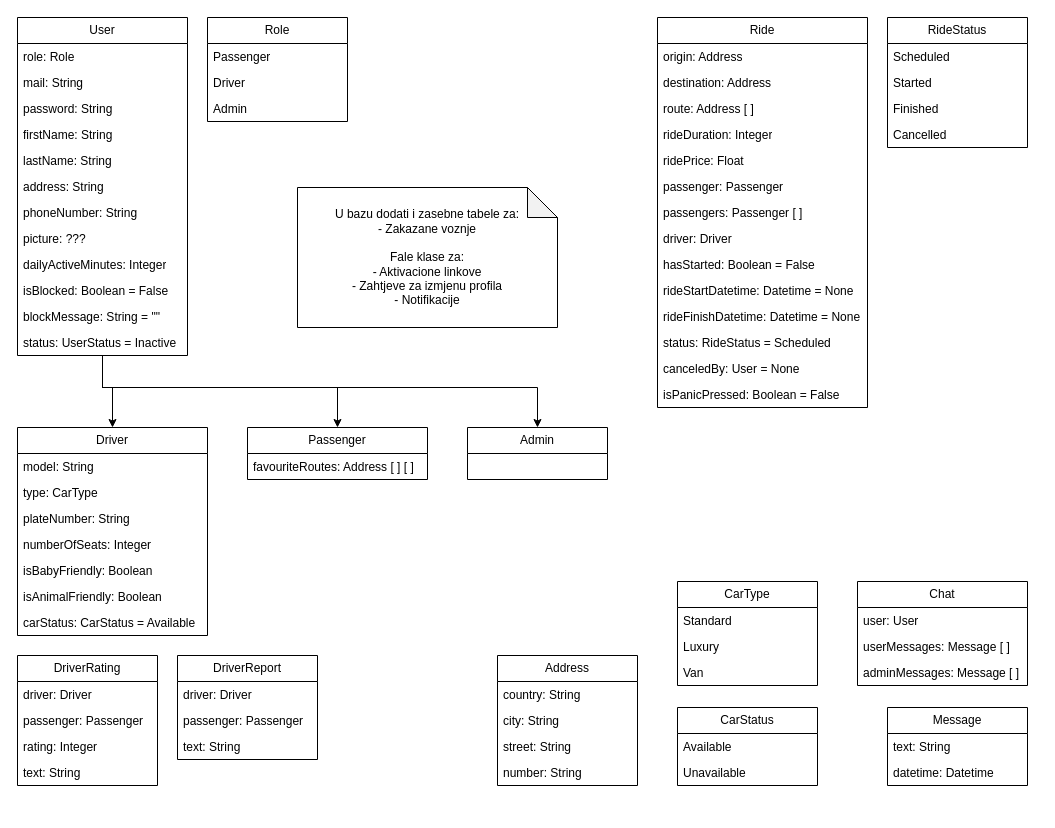
Earlier version of the draw.io diagram diagram/diagram.drawio (SirBoi/mobile-applications-project-2025). Source tidied: cells renumbered, new cells numbered last; positions are measured from the earlier drawing's top-left corner, leaving out a move shared by most shapes. Both pictures are drawn from the tidied source at 100%, with x=0, y=0 at pixel (17, 17).
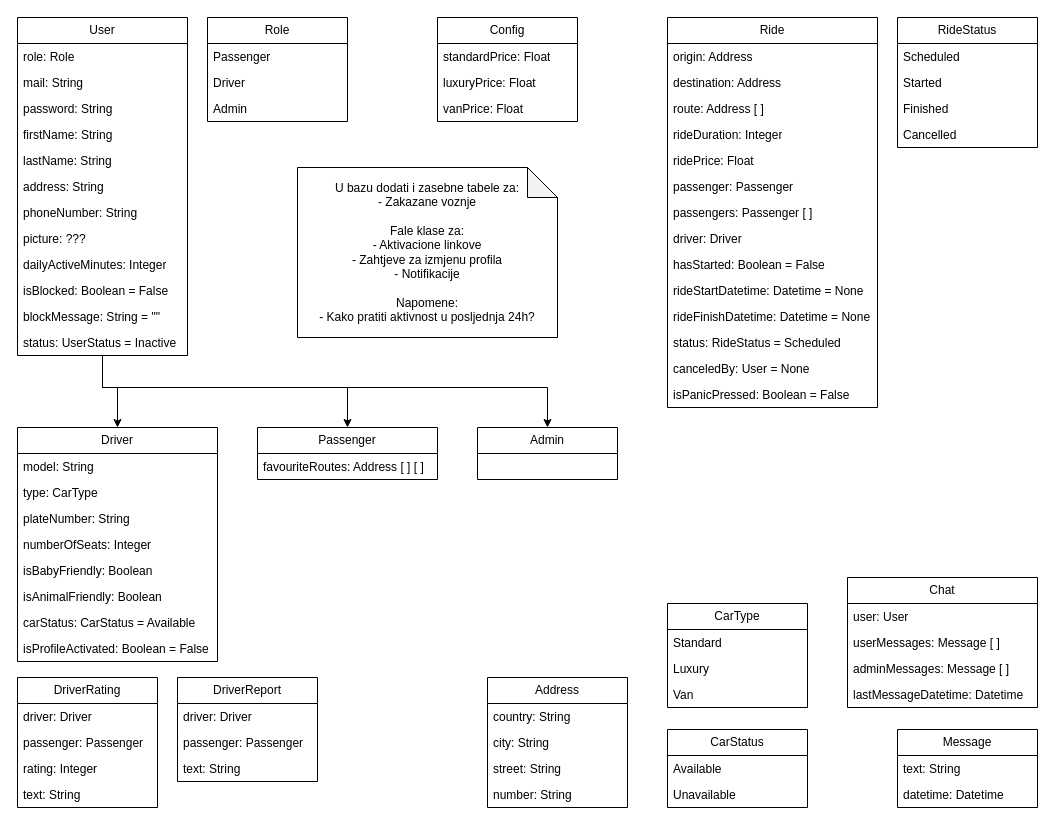
The same page after the edit.

Commit message (it also covers changes not shown here):
Updated UML diagram.

Unchanged cells that the change refers to:
```xml
<mxCell id="5" value="User" style="swimlane;fontStyle=0;horizontal=1;startSize=26;fillColor=none;whiteSpace=wrap;html=1;" parent="1" vertex="1">
  <mxGeometry width="170" height="338" as="geometry" />
</mxCell>
```

What changed in the source:
```diff
@@
     <mxCell id="3" style="edgeStyle=orthogonalEdgeStyle;rounded=0;jettySize=auto;html=1;entryX=0.5;entryY=0;entryDx=0;entryDy=0;exitX=0.5;exitY=1;exitDx=0;exitDy=0;" parent="1" edge="1" source="5" target="70">
       <mxGeometry relative="1" as="geometry">
         <Array as="points">
           <mxPoint x="85" y="370" />
-          <mxPoint x="95" y="370" />
+          <mxPoint x="100" y="370" />
         </Array>
       </mxGeometry>
     </mxCell>
     <mxCell id="4" style="edgeStyle=orthogonalEdgeStyle;rounded=0;jettySize=auto;html=1;exitX=0.5;exitY=1;exitDx=0;exitDy=0;entryX=0.5;entryY=0;entryDx=0;entryDy=0;" parent="1" edge="1" source="5" target="81">
       <mxGeometry relative="1" as="geometry">
         <Array as="points">
           <mxPoint x="85" y="370" />
-          <mxPoint x="520" y="370" />
+          <mxPoint x="530" y="370" />
         </Array>
       </mxGeometry>
     </mxCell>
@@
     <mxCell id="18" value="Ride" style="swimlane;fontStyle=0;horizontal=1;startSize=26;fillColor=none;whiteSpace=wrap;html=1;" parent="1" vertex="1">
-      <mxGeometry x="640" width="210" height="390" as="geometry" />
+      <mxGeometry x="650" width="210" height="390" as="geometry" />
     </mxCell>
@@
     <mxCell id="33" value="DriverReport" style="swimlane;fontStyle=0;horizontal=1;startSize=26;fillColor=none;whiteSpace=wrap;html=1;" parent="1" vertex="1">
-      <mxGeometry x="160" y="638" width="140" height="104" as="geometry" />
+      <mxGeometry x="160" y="660" width="140" height="104" as="geometry" />
     </mxCell>
@@
     <mxCell id="37" value="DriverRating" style="swimlane;fontStyle=0;horizontal=1;startSize=26;fillColor=none;whiteSpace=wrap;html=1;" parent="1" vertex="1">
-      <mxGeometry y="638" width="140" height="130" as="geometry" />
+      <mxGeometry y="660" width="140" height="130" as="geometry" />
     </mxCell>
@@
     <mxCell id="42" value="Chat" style="swimlane;fontStyle=0;horizontal=1;startSize=26;fillColor=none;whiteSpace=wrap;html=1;" parent="1" vertex="1">
-      <mxGeometry x="840" y="564" width="170" height="104" as="geometry" />
+      <mxGeometry x="830" y="560" width="190" height="130" as="geometry" />
     </mxCell>
     <mxCell id="43" value="user: User" style="text;strokeColor=none;fillColor=none;align=left;verticalAlign=top;spacingLeft=4;spacingRight=4;overflow=hidden;whiteSpace=wrap;html=1;" parent="42" vertex="1">
-      <mxGeometry y="26" width="170" height="26" as="geometry" />
+      <mxGeometry y="26" width="190" height="26" as="geometry" />
     </mxCell>
     <mxCell id="44" value="userMessages: Message [ ]" style="text;strokeColor=none;fillColor=none;align=left;verticalAlign=top;spacingLeft=4;spacingRight=4;overflow=hidden;whiteSpace=wrap;html=1;" parent="42" vertex="1">
-      <mxGeometry y="52" width="170" height="26" as="geometry" />
+      <mxGeometry y="52" width="190" height="26" as="geometry" />
     </mxCell>
     <mxCell id="45" value="adminMessages: Message [ ]" style="text;strokeColor=none;fillColor=none;align=left;verticalAlign=top;spacingLeft=4;spacingRight=4;overflow=hidden;whiteSpace=wrap;html=1;" parent="42" vertex="1">
-      <mxGeometry y="78" width="170" height="26" as="geometry" />
+      <mxGeometry y="78" width="190" height="26" as="geometry" />
     </mxCell>
+    <mxCell id="82" value="lastMessageDatetime: Datetime" style="text;strokeColor=none;fillColor=none;align=left;verticalAlign=top;spacingLeft=4;spacingRight=4;overflow=hidden;whiteSpace=wrap;html=1;" parent="42" vertex="1">
+      <mxGeometry y="104" width="190" height="26" as="geometry" />
+    </mxCell>
     <mxCell id="46" value="Message" style="swimlane;fontStyle=0;horizontal=1;startSize=26;fillColor=none;whiteSpace=wrap;html=1;" parent="1" vertex="1">
-      <mxGeometry x="870" y="690" width="140" height="78" as="geometry" />
+      <mxGeometry x="880" y="712" width="140" height="78" as="geometry" />
     </mxCell>
@@
     <mxCell id="49" value="CarType" style="swimlane;fontStyle=0;horizontal=1;startSize=26;fillColor=none;whiteSpace=wrap;html=1;" parent="1" vertex="1">
-      <mxGeometry x="660" y="564" width="140" height="104" as="geometry" />
+      <mxGeometry x="650" y="586" width="140" height="104" as="geometry" />
     </mxCell>
@@
     <mxCell id="53" value="CarStatus" style="swimlane;fontStyle=0;horizontal=1;startSize=26;fillColor=none;whiteSpace=wrap;html=1;" parent="1" vertex="1">
-      <mxGeometry x="660" y="690" width="140" height="78" as="geometry" />
+      <mxGeometry x="650" y="712" width="140" height="78" as="geometry" />
     </mxCell>
@@
     <mxCell id="56" value="Address" style="swimlane;fontStyle=0;horizontal=1;startSize=26;fillColor=none;whiteSpace=wrap;html=1;" parent="1" vertex="1">
-      <mxGeometry x="480" y="638" width="140" height="130" as="geometry" />
+      <mxGeometry x="470" y="660" width="140" height="130" as="geometry" />
     </mxCell>
@@
     <mxCell id="61" value="RideStatus" style="swimlane;fontStyle=0;horizontal=1;startSize=26;fillColor=none;whiteSpace=wrap;html=1;" parent="1" vertex="1">
-      <mxGeometry x="870" width="140" height="130" as="geometry" />
+      <mxGeometry x="880" width="140" height="130" as="geometry" />
     </mxCell>
@@
     <mxCell id="70" value="Driver" style="swimlane;fontStyle=0;horizontal=1;startSize=26;fillColor=none;whiteSpace=wrap;html=1;" parent="1" vertex="1">
-      <mxGeometry y="410" width="190" height="208" as="geometry" />
+      <mxGeometry y="410" width="200" height="234" as="geometry" />
     </mxCell>
     <mxCell id="71" value="model: String" style="text;strokeColor=none;fillColor=none;align=left;verticalAlign=top;spacingLeft=4;spacingRight=4;overflow=hidden;whiteSpace=wrap;html=1;" parent="70" vertex="1">
-      <mxGeometry y="26" width="190" height="26" as="geometry" />
+      <mxGeometry y="26" width="200" height="26" as="geometry" />
     </mxCell>
     <mxCell id="72" value="type: CarType" style="text;strokeColor=none;fillColor=none;align=left;verticalAlign=top;spacingLeft=4;spacingRight=4;overflow=hidden;whiteSpace=wrap;html=1;" parent="70" vertex="1">
-      <mxGeometry y="52" width="190" height="26" as="geometry" />
+      <mxGeometry y="52" width="200" height="26" as="geometry" />
     </mxCell>
     <mxCell id="73" value="plateNumber: String" style="text;strokeColor=none;fillColor=none;align=left;verticalAlign=top;spacingLeft=4;spacingRight=4;overflow=hidden;whiteSpace=wrap;html=1;" parent="70" vertex="1">
-      <mxGeometry y="78" width="190" height="26" as="geometry" />
+      <mxGeometry y="78" width="200" height="26" as="geometry" />
     </mxCell>
     <mxCell id="74" value="numberOfSeats: Integer" style="text;strokeColor=none;fillColor=none;align=left;verticalAlign=top;spacingLeft=4;spacingRight=4;overflow=hidden;whiteSpace=wrap;html=1;" parent="70" vertex="1">
-      <mxGeometry y="104" width="190" height="26" as="geometry" />
+      <mxGeometry y="104" width="200" height="26" as="geometry" />
     </mxCell>
     <mxCell id="75" value="isBabyFriendly: Boolean" style="text;strokeColor=none;fillColor=none;align=left;verticalAlign=top;spacingLeft=4;spacingRight=4;overflow=hidden;whiteSpace=wrap;html=1;" parent="70" vertex="1">
-      <mxGeometry y="130" width="190" height="26" as="geometry" />
+      <mxGeometry y="130" width="200" height="26" as="geometry" />
     </mxCell>
     <mxCell id="76" value="isAnimalFriendly: Boolean" style="text;strokeColor=none;fillColor=none;align=left;verticalAlign=top;spacingLeft=4;spacingRight=4;overflow=hidden;whiteSpace=wrap;html=1;" parent="70" vertex="1">
-      <mxGeometry y="156" width="190" height="26" as="geometry" />
+      <mxGeometry y="156" width="200" height="26" as="geometry" />
     </mxCell>
+    <mxCell id="83" value="carStatus: CarStatus = Available" style="text;strokeColor=none;fillColor=none;align=left;verticalAlign=top;spacingLeft=4;spacingRight=4;overflow=hidden;whiteSpace=wrap;html=1;" parent="70" vertex="1">
+      <mxGeometry y="182" width="200" height="26" as="geometry" />
+    </mxCell>
-    <mxCell id="77" value="carStatus: CarStatus = Available" style="text;strokeColor=none;fillColor=none;align=left;verticalAlign=top;spacingLeft=4;spacingRight=4;overflow=hidden;whiteSpace=wrap;html=1;" parent="70" vertex="1">
-      <mxGeometry y="182" width="190" height="26" as="geometry" />
+    <mxCell id="77" value="isProfileActivated: Boolean = False" style="text;strokeColor=none;fillColor=none;align=left;verticalAlign=top;spacingLeft=4;spacingRight=4;overflow=hidden;whiteSpace=wrap;html=1;" parent="70" vertex="1">
+      <mxGeometry y="208" width="200" height="26" as="geometry" />
     </mxCell>
     <mxCell id="78" value="Passenger" style="swimlane;fontStyle=0;horizontal=1;startSize=26;fillColor=none;whiteSpace=wrap;html=1;" parent="1" vertex="1">
-      <mxGeometry x="230" y="410" width="180" height="52" as="geometry" />
+      <mxGeometry x="240" y="410" width="180" height="52" as="geometry" />
     </mxCell>
@@
-    <mxCell id="80" value="&lt;div&gt;U bazu dodati i zasebne tabele za:&lt;/div&gt;&lt;div&gt;- Zakazane voznje&lt;/div&gt;&lt;div&gt;&lt;br&gt;&lt;/div&gt;&lt;div&gt;Fale klase za:&lt;/div&gt;&lt;div&gt;- Aktivacione linkove&lt;/div&gt;&lt;div&gt;- Zahtjeve za izmjenu profila&lt;/div&gt;&lt;div&gt;- Notifikacije&lt;/div&gt;" style="shape=note;whiteSpace=wrap;html=1;backgroundOutline=1;darkOpacity=0.05;" parent="1" vertex="1">
-      <mxGeometry x="280" y="170" width="260" height="140" as="geometry" />
+    <mxCell id="80" value="&lt;div&gt;U bazu dodati i zasebne tabele za:&lt;/div&gt;&lt;div&gt;- Zakazane voznje&lt;/div&gt;&lt;div&gt;&lt;br&gt;&lt;/div&gt;&lt;div&gt;Fale klase za:&lt;/div&gt;&lt;div&gt;- Aktivacione linkove&lt;/div&gt;&lt;div&gt;- Zahtjeve za izmjenu profila&lt;/div&gt;&lt;div&gt;- Notifikacije&lt;/div&gt;&lt;div&gt;&lt;br&gt;&lt;/div&gt;&lt;div&gt;Napomene:&lt;/div&gt;&lt;div&gt;- Kako pratiti aktivnost u posljednja 24h?&lt;/div&gt;" style="shape=note;whiteSpace=wrap;html=1;backgroundOutline=1;darkOpacity=0.05;" parent="1" vertex="1">
+      <mxGeometry x="280" y="150" width="260" height="170" as="geometry" />
     </mxCell>
     <mxCell id="81" value="Admin" style="swimlane;fontStyle=0;horizontal=1;startSize=26;fillColor=none;whiteSpace=wrap;html=1;" parent="1" vertex="1">
-      <mxGeometry x="450" y="410" width="140" height="52" as="geometry" />
+      <mxGeometry x="460" y="410" width="140" height="52" as="geometry" />
     </mxCell>
+    <mxCell id="84" value="Config" style="swimlane;fontStyle=0;horizontal=1;startSize=26;fillColor=none;whiteSpace=wrap;html=1;" parent="1" vertex="1">
+      <mxGeometry x="420" width="140" height="104" as="geometry" />
+    </mxCell>
+    <mxCell id="85" value="standardPrice: Float" style="text;strokeColor=none;fillColor=none;align=left;verticalAlign=top;spacingLeft=4;spacingRight=4;overflow=hidden;whiteSpace=wrap;html=1;" parent="84" vertex="1">
+      <mxGeometry y="26" width="140" height="26" as="geometry" />
+    </mxCell>
+    <mxCell id="86" value="luxuryPrice: Float" style="text;strokeColor=none;fillColor=none;align=left;verticalAlign=top;spacingLeft=4;spacingRight=4;overflow=hidden;whiteSpace=wrap;html=1;" parent="84" vertex="1">
+      <mxGeometry y="52" width="140" height="26" as="geometry" />
+    </mxCell>
+    <mxCell id="87" value="vanPrice: Float" style="text;strokeColor=none;fillColor=none;align=left;verticalAlign=top;spacingLeft=4;spacingRight=4;overflow=hidden;whiteSpace=wrap;html=1;" parent="84" vertex="1">
+      <mxGeometry y="78" width="140" height="26" as="geometry" />
+    </mxCell>
```
